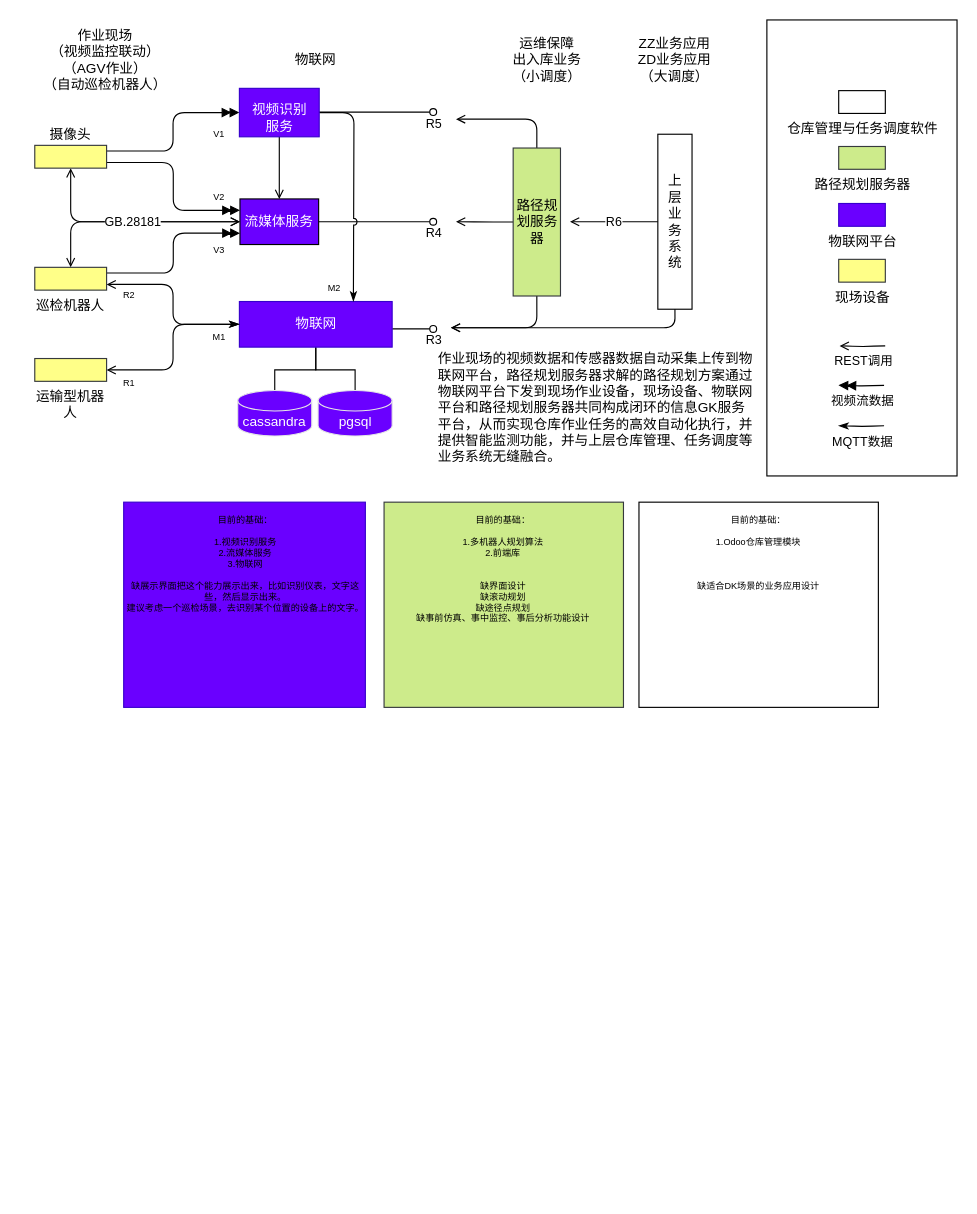
Above: docs/architecture.drawio in lvyv/mptools (draw.io), before the change. Source tidied: cells renumbered, new cells numbered last; positions are measured from the earlier drawing's top-left corner, leaving out a move shared by most shapes. Both pictures are drawn from the tidied source at 114%, with x=0, y=0 at pixel (34, 19).
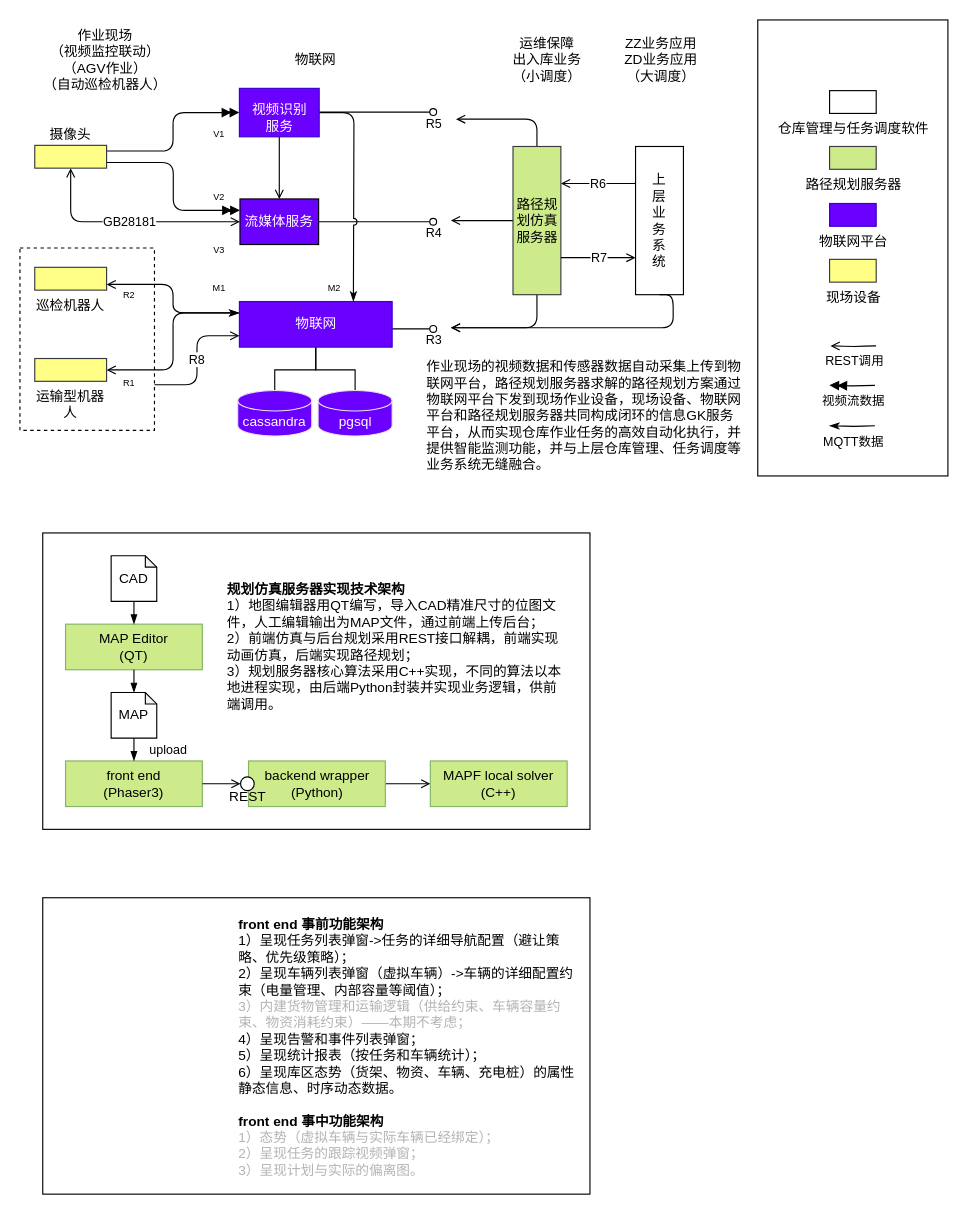
The same page after the edit.

Commit message:
架构图更新。

Unchanged cells that the change refers to:
```xml
<mxCell id="9" value="物联网" style="rounded=0;whiteSpace=wrap;html=1;align=center;fillColor=#6a00ff;strokeColor=#3700CC;fontColor=#ffffff;" parent="1" vertex="1">
  <mxGeometry x="179.5" y="247" width="134" height="40" as="geometry" />
</mxCell>
<mxCell id="12" value="流媒体服务" style="rounded=0;whiteSpace=wrap;html=1;fontColor=#FFFFFF;fillColor=#6a00ff;" parent="1" vertex="1">
  <mxGeometry x="180" y="157" width="69" height="40" as="geometry" />
</mxCell>
<mxCell id="42" value="巡检机器人" style="rounded=0;whiteSpace=wrap;html=1;shadow=0;labelBackgroundColor=#ffffff;fillColor=#ffff88;labelPosition=center;verticalLabelPosition=bottom;align=center;verticalAlign=top;strokeColor=#36393d;" parent="41" vertex="1">
  <mxGeometry y="107" width="63" height="20" as="geometry" />
</mxCell>
<mxCell id="43" value="运输型机器人" style="rounded=0;whiteSpace=wrap;html=1;shadow=0;labelBackgroundColor=#ffffff;fillColor=#ffff88;labelPosition=center;verticalLabelPosition=bottom;align=center;verticalAlign=top;strokeColor=#36393d;" parent="41" vertex="1">
  <mxGeometry y="187" width="63" height="20" as="geometry" />
</mxCell>
<mxCell id="44" value="摄像头" style="rounded=0;whiteSpace=wrap;html=1;shadow=0;labelBackgroundColor=#ffffff;fillColor=#ffff88;labelPosition=center;verticalLabelPosition=top;align=center;verticalAlign=bottom;strokeColor=#36393d;horizontal=1;" parent="41" vertex="1">
  <mxGeometry width="63" height="20" as="geometry" />
</mxCell>
```

Diff of the diagram source:
```diff
@@
-    <mxCell id="2" style="rounded=0;html=1;shadow=0;labelBackgroundColor=#ffffff;fillColor=#cdeb8b;strokeColor=#36393d;labelPosition=center;verticalLabelPosition=bottom;align=center;verticalAlign=bottom;" parent="1" vertex="1">
-      <mxGeometry x="306.4" y="423" width="210" height="180" as="geometry" />
-    </mxCell>
-    <mxCell id="3" style="rounded=0;html=1;shadow=0;labelBackgroundColor=#ffffff;fillColor=#6a00ff;labelPosition=center;verticalLabelPosition=bottom;align=center;verticalAlign=bottom;strokeColor=#3700CC;fontColor=#000000;" parent="1" vertex="1">
-      <mxGeometry x="78" y="423" width="212" height="180" as="geometry" />
-    </mxCell>
+    <mxCell id="58" style="rounded=0;whiteSpace=wrap;html=1;fillColor=none;" parent="1" vertex="1">
+      <mxGeometry x="7" y="450" width="480" height="260" as="geometry" />
+    </mxCell>
     <mxCell id="4" style="rounded=0;whiteSpace=wrap;html=1;" parent="1" vertex="1">
-      <mxGeometry x="642.2" width="166.8" height="400" as="geometry" />
+      <mxGeometry x="634.2" width="166.8" height="400" as="geometry" />
     </mxCell>
-    <mxCell id="5" style="edgeStyle=orthogonalEdgeStyle;rounded=1;jettySize=auto;html=1;entryX=0;entryY=0.5;entryDx=0;entryDy=0;fontColor=#000000;startArrow=open;startFill=0;endArrow=classicThin;endFill=1;exitX=1;exitY=0.75;exitDx=0;exitDy=0;" parent="1" edge="1" source="42" target="9">
+    <mxCell id="5" style="edgeStyle=orthogonalEdgeStyle;rounded=1;jettySize=auto;html=1;entryX=0;entryY=0.25;entryDx=0;entryDy=0;fontColor=#000000;startArrow=open;startFill=0;endArrow=classicThin;endFill=1;exitX=1;exitY=0.75;exitDx=0;exitDy=0;" parent="1" edge="1" source="42" target="9">
       <mxGeometry relative="1" as="geometry" />
     </mxCell>
@@
-    <mxCell id="10" style="edgeStyle=orthogonalEdgeStyle;rounded=1;jettySize=auto;html=1;entryX=0;entryY=0.5;entryDx=0;entryDy=0;fontColor=#000000;startArrow=open;startFill=0;endArrow=classicThin;endFill=1;exitX=1;exitY=0.5;exitDx=0;exitDy=0;" parent="1" edge="1" source="43" target="9">
+    <mxCell id="10" style="edgeStyle=orthogonalEdgeStyle;rounded=1;jettySize=auto;html=1;entryX=0;entryY=0.25;entryDx=0;entryDy=0;fontColor=#000000;startArrow=open;startFill=0;endArrow=classicThin;endFill=1;exitX=1;exitY=0.5;exitDx=0;exitDy=0;" parent="1" edge="1" source="43" target="9">
       <mxGeometry relative="1" as="geometry" />
     </mxCell>
@@
-    <mxCell id="13" style="edgeStyle=orthogonalEdgeStyle;rounded=1;jumpStyle=arc;jettySize=auto;html=1;startArrow=open;startFill=0;endArrow=open;endFill=0;exitX=0.5;exitY=1;exitDx=0;exitDy=0;entryX=0;entryY=0.5;entryDx=0;entryDy=0;" parent="1" edge="1" source="44" target="12">
+    <mxCell id="13" value="GB28181" style="edgeStyle=orthogonalEdgeStyle;rounded=1;jumpStyle=arc;jettySize=auto;html=1;startArrow=open;startFill=0;endArrow=open;endFill=0;exitX=0.5;exitY=1;exitDx=0;exitDy=0;entryX=0;entryY=0.5;entryDx=0;entryDy=0;" parent="1" edge="1" source="44" target="12">
       <mxGeometry relative="1" as="geometry" />
     </mxCell>
@@
-    <mxCell id="17" value="GB.28181" style="edgeStyle=orthogonalEdgeStyle;rounded=1;jumpStyle=arc;jettySize=auto;html=1;startArrow=open;startFill=0;endArrow=open;endFill=0;exitX=0.5;exitY=0;exitDx=0;exitDy=0;entryX=0;entryY=0.5;entryDx=0;entryDy=0;" parent="1" edge="1" source="42" target="12">
-      <mxGeometry relative="1" as="geometry" />
-    </mxCell>
@@
-    <mxCell id="20" style="edgeStyle=orthogonalEdgeStyle;rounded=1;jettySize=auto;html=1;fontColor=#000000;startArrow=none;startFill=0;endArrow=open;endFill=0;exitX=0.5;exitY=1;exitDx=0;exitDy=0;" parent="1" edge="1" source="40">
-      <mxGeometry relative="1" as="geometry">
-        <mxPoint x="369.5" y="177" as="targetPoint" />
-      </mxGeometry>
-    </mxCell>
@@
     <mxCell id="23" value="上&lt;br&gt;层&lt;br&gt;业&lt;br&gt;务&lt;br&gt;系&lt;br&gt;统" style="rounded=0;whiteSpace=wrap;html=1;shadow=0;labelBackgroundColor=none;labelPosition=center;verticalLabelPosition=middle;align=center;verticalAlign=middle;horizontal=0;rotation=90;" parent="1" vertex="1">
-      <mxGeometry x="484.8" y="162" width="153.5" height="30" as="geometry" />
+      <mxGeometry x="483" y="155" width="130" height="42" as="geometry" />
     </mxCell>
-    <mxCell id="24" value="R6" style="edgeStyle=orthogonalEdgeStyle;rounded=1;jettySize=auto;html=1;fontColor=#000000;startArrow=none;startFill=0;endArrow=open;endFill=0;exitX=0.5;exitY=1;exitDx=0;exitDy=0;entryX=1;entryY=0.5;entryDx=0;entryDy=0;" parent="1" edge="1" source="23">
-      <mxGeometry relative="1" as="geometry">
-        <mxPoint x="469.5" y="177" as="targetPoint" />
-      </mxGeometry>
+    <mxCell id="24" value="R6" style="edgeStyle=orthogonalEdgeStyle;rounded=1;jettySize=auto;html=1;fontColor=#000000;startArrow=none;startFill=0;endArrow=open;endFill=0;exitX=0.25;exitY=1;exitDx=0;exitDy=0;entryX=0.25;entryY=0;entryDx=0;entryDy=0;" parent="1" edge="1" source="23" target="40">
+      <mxGeometry relative="1" as="geometry" />
     </mxCell>
     <mxCell id="25" value="REST调用" style="edgeStyle=orthogonalEdgeStyle;rounded=1;orthogonalLoop=1;jettySize=auto;html=1;fontColor=#000000;startArrow=none;startFill=0;endArrow=open;endFill=0;exitX=0;exitY=0.5;exitDx=0;exitDy=0;entryX=1;entryY=0.5;entryDx=0;entryDy=0;verticalAlign=top;labelBackgroundColor=none;labelPosition=center;verticalLabelPosition=bottom;align=center;" parent="1" edge="1">
       <mxGeometry relative="1" as="geometry">
-        <mxPoint x="746" y="285.9" as="sourcePoint" />
-        <mxPoint x="706" y="285.9" as="targetPoint" />
+        <mxPoint x="738" y="285.9" as="sourcePoint" />
+        <mxPoint x="698" y="285.9" as="targetPoint" />
       </mxGeometry>
     </mxCell>
     <mxCell id="26" value="MQTT数据" style="edgeStyle=orthogonalEdgeStyle;rounded=1;orthogonalLoop=1;jettySize=auto;html=1;fontColor=#000000;startArrow=none;startFill=0;endArrow=classicThin;endFill=1;exitX=0;exitY=0.5;exitDx=0;exitDy=0;entryX=1;entryY=0.5;entryDx=0;entryDy=0;verticalAlign=top;labelBackgroundColor=none;labelPosition=center;verticalLabelPosition=bottom;align=center;" parent="1" edge="1">
       <mxGeometry relative="1" as="geometry">
-        <mxPoint x="745" y="356" as="sourcePoint" />
-        <mxPoint x="705" y="356" as="targetPoint" />
+        <mxPoint x="737" y="356" as="sourcePoint" />
+        <mxPoint x="697" y="356" as="targetPoint" />
       </mxGeometry>
     </mxCell>
-    <mxCell id="27" style="edgeStyle=orthogonalEdgeStyle;rounded=1;jumpStyle=arc;jettySize=auto;html=1;startArrow=none;startFill=0;endArrow=doubleBlock;endFill=1;exitX=1;exitY=0.25;exitDx=0;exitDy=0;entryX=0;entryY=0.75;entryDx=0;entryDy=0;" parent="1" edge="1" source="42" target="12">
-      <mxGeometry relative="1" as="geometry" />
-    </mxCell>
     <mxCell id="28" value="视频流数据" style="edgeStyle=orthogonalEdgeStyle;rounded=1;orthogonalLoop=1;jettySize=auto;html=1;fontColor=#000000;startArrow=none;startFill=0;endArrow=doubleBlock;endFill=1;exitX=0;exitY=0.5;exitDx=0;exitDy=0;entryX=1;entryY=0.5;entryDx=0;entryDy=0;verticalAlign=top;labelBackgroundColor=none;labelPosition=center;verticalLabelPosition=bottom;align=center;" parent="1" edge="1">
       <mxGeometry relative="1" as="geometry">
-        <mxPoint x="745" y="320.5" as="sourcePoint" />
-        <mxPoint x="705" y="320.5" as="targetPoint" />
+        <mxPoint x="737" y="320.5" as="sourcePoint" />
+        <mxPoint x="697" y="320.5" as="targetPoint" />
       </mxGeometry>
     </mxCell>
     <mxCell id="29" value="M1" style="text;html=1;strokeColor=none;fillColor=none;align=center;verticalAlign=middle;whiteSpace=wrap;rounded=0;labelBackgroundColor=none;fontColor=#000000;fontSize=8;" parent="1" vertex="1">
-      <mxGeometry x="132" y="263" width="60" height="30" as="geometry" />
+      <mxGeometry x="132" y="220" width="60" height="30" as="geometry" />
     </mxCell>
@@
     <mxCell id="36" value="ZZ业务应用&lt;br&gt;ZD业务应用&lt;br&gt;（大调度）" style="text;html=1;strokeColor=none;fillColor=none;align=center;verticalAlign=middle;whiteSpace=wrap;rounded=0;" parent="1" vertex="1">
-      <mxGeometry x="511.2" y="20" width="100.5" height="30" as="geometry" />
+      <mxGeometry x="499.2" y="20" width="100.5" height="30" as="geometry" />
     </mxCell>
@@
+    <mxCell id="59" style="edgeStyle=orthogonalEdgeStyle;rounded=0;jettySize=auto;html=1;endArrow=open;endFill=0;" parent="1" edge="1" source="40">
+      <mxGeometry relative="1" as="geometry">
+        <mxPoint x="365" y="176" as="targetPoint" />
+      </mxGeometry>
+    </mxCell>
-    <mxCell id="40" value="路径规划服务器" style="rounded=0;whiteSpace=wrap;html=1;shadow=0;labelBackgroundColor=none;fillColor=#cdeb8b;strokeColor=#36393d;labelPosition=center;verticalLabelPosition=middle;align=center;verticalAlign=middle;horizontal=0;rotation=90;" parent="1" vertex="1">
-      <mxGeometry x="375.5" y="156.5" width="129.8" height="41.5" as="geometry" />
+    <mxCell id="40" value="路径规划仿真服务器" style="rounded=0;whiteSpace=wrap;html=1;shadow=0;labelBackgroundColor=none;fillColor=#cdeb8b;strokeColor=#36393d;labelPosition=center;verticalLabelPosition=middle;align=center;verticalAlign=middle;horizontal=0;rotation=90;" parent="1" vertex="1">
+      <mxGeometry x="375.5" y="155" width="130" height="42" as="geometry" />
     </mxCell>
@@
     <mxCell id="46" value="物联网平台" style="rounded=0;html=1;shadow=0;labelBackgroundColor=#ffffff;fillColor=#6a00ff;labelPosition=center;verticalLabelPosition=bottom;align=center;verticalAlign=top;strokeColor=#3700CC;fontColor=#000000;" parent="1" vertex="1">
-      <mxGeometry x="705.2" y="161" width="40.9" height="20" as="geometry" />
+      <mxGeometry x="697.2" y="161" width="40.9" height="20" as="geometry" />
     </mxCell>
     <mxCell id="47" value="路径规划服务器" style="rounded=0;html=1;shadow=0;labelBackgroundColor=#ffffff;fillColor=#cdeb8b;strokeColor=#36393d;labelPosition=center;verticalLabelPosition=bottom;align=center;verticalAlign=top;" parent="1" vertex="1">
-      <mxGeometry x="705.2" y="111" width="40.9" height="20" as="geometry" />
+      <mxGeometry x="697.2" y="111" width="40.9" height="20" as="geometry" />
     </mxCell>
     <mxCell id="48" value="仓库管理与任务调度软件" style="rounded=0;html=1;shadow=0;labelBackgroundColor=#ffffff;labelPosition=center;verticalLabelPosition=bottom;align=center;verticalAlign=top;" parent="1" vertex="1">
-      <mxGeometry x="705.2" y="62" width="40.9" height="20" as="geometry" />
+      <mxGeometry x="697.2" y="62" width="40.9" height="20" as="geometry" />
     </mxCell>
     <mxCell id="49" value="&lt;font color=&quot;#000000&quot;&gt;现场设备&lt;/font&gt;" style="rounded=0;html=1;shadow=0;labelBackgroundColor=#ffffff;fillColor=#ffff88;labelPosition=center;verticalLabelPosition=bottom;align=center;verticalAlign=top;strokeColor=#36393d;" parent="1" vertex="1">
-      <mxGeometry x="705.2" y="210" width="40.9" height="20" as="geometry" />
+      <mxGeometry x="697.2" y="210" width="40.9" height="20" as="geometry" />
     </mxCell>
     <mxCell id="50" value="作业现场的视频数据和传感器数据自动采集上传到物联网平台，路径规划服务器求解的路径规划方案通过物联网平台下发到现场作业设备，现场设备、物联网平台和路径规划服务器共同构成闭环的信息GK服务平台，从而实现仓库作业任务的高效自动化执行，并提供智能监测功能，并与上层仓库管理、任务调度等业务系统无缝融合。" style="text;html=1;strokeColor=none;fillColor=none;align=left;verticalAlign=middle;whiteSpace=wrap;rounded=0;" parent="1" vertex="1">
-      <mxGeometry x="352" y="310" width="283" height="60" as="geometry" />
+      <mxGeometry x="342" y="317" width="283" height="60" as="geometry" />
     </mxCell>
@@
-    <mxCell id="53" value="目前的基础：&lt;br style=&quot;border-color: var(--border-color); font-size: 8px;&quot;&gt;&lt;br style=&quot;border-color: var(--border-color); font-size: 8px;&quot;&gt;&lt;span style=&quot;font-size: 8px;&quot;&gt;1.视频识别服务&lt;/span&gt;&lt;br style=&quot;border-color: var(--border-color); font-size: 8px;&quot;&gt;&lt;span style=&quot;font-size: 8px;&quot;&gt;2.流媒体服务&lt;/span&gt;&lt;br style=&quot;border-color: var(--border-color); font-size: 8px;&quot;&gt;&lt;span style=&quot;font-size: 8px;&quot;&gt;3.物联网&lt;/span&gt;&lt;br style=&quot;border-color: var(--border-color); font-size: 8px;&quot;&gt;&lt;br style=&quot;border-color: var(--border-color); font-size: 8px;&quot;&gt;&lt;span style=&quot;font-size: 8px;&quot;&gt;缺展示界面把这个能力展示出来，比如识别仪表，文字这些，然后显示出来。&lt;/span&gt;&lt;br style=&quot;border-color: var(--border-color); font-size: 8px;&quot;&gt;&lt;span style=&quot;font-size: 8px;&quot;&gt;建议考虑一个巡检场景，去识别某个位置的设备上的文字。&lt;/span&gt;" style="text;html=1;strokeColor=none;fillColor=none;align=center;verticalAlign=top;whiteSpace=wrap;rounded=0;fontColor=#000000;fontSize=8;" parent="1" vertex="1">
-      <mxGeometry x="80" y="428" width="210" height="150" as="geometry" />
-    </mxCell>
-    <mxCell id="54" value="目前的基础：&lt;br style=&quot;border-color: var(--border-color); font-size: 8px;&quot;&gt;&lt;br style=&quot;border-color: var(--border-color); font-size: 8px;&quot;&gt;&lt;span style=&quot;font-size: 8px;&quot;&gt;1.多机器人规划算法&lt;/span&gt;&lt;br style=&quot;border-color: var(--border-color); font-size: 8px;&quot;&gt;&lt;span style=&quot;font-size: 8px;&quot;&gt;2.前端库&lt;/span&gt;&lt;br style=&quot;border-color: var(--border-color); font-size: 8px;&quot;&gt;&lt;br style=&quot;border-color: var(--border-color); font-size: 8px;&quot;&gt;&lt;br style=&quot;border-color: var(--border-color); font-size: 8px;&quot;&gt;&lt;span style=&quot;font-size: 8px;&quot;&gt;缺界面设计&lt;br style=&quot;font-size: 8px;&quot;&gt;缺滚动规划&lt;br style=&quot;font-size: 8px;&quot;&gt;缺途径点规划&lt;br style=&quot;font-size: 8px;&quot;&gt;缺事前仿真、事中监控、事后分析功能设计&lt;br style=&quot;font-size: 8px;&quot;&gt;&lt;/span&gt;" style="text;html=1;strokeColor=none;fillColor=none;align=center;verticalAlign=top;whiteSpace=wrap;rounded=0;fontColor=#000000;fontSize=8;" parent="1" vertex="1">
-      <mxGeometry x="306.4" y="428" width="210" height="150" as="geometry" />
-    </mxCell>
     <mxCell id="55" style="edgeStyle=orthogonalEdgeStyle;rounded=1;jettySize=auto;html=1;fontColor=#000000;startArrow=none;startFill=0;endArrow=open;endFill=0;exitX=1;exitY=0.5;exitDx=0;exitDy=0;" parent="1" edge="1" source="23">
       <mxGeometry relative="1" as="geometry">
         <mxPoint x="365" y="270" as="targetPoint" />
         <Array as="points">
-          <mxPoint x="562" y="270" />
-          <mxPoint x="365" y="270" />
+          <mxPoint x="560" y="270" />
         </Array>
       </mxGeometry>
     </mxCell>
-    <mxCell id="56" style="rounded=0;html=1;shadow=0;labelBackgroundColor=#ffffff;labelPosition=center;verticalLabelPosition=bottom;align=center;verticalAlign=bottom;" parent="1" vertex="1">
-      <mxGeometry x="530" y="423" width="210" height="180" as="geometry" />
-    </mxCell>
-    <mxCell id="57" value="目前的基础：&lt;br style=&quot;border-color: var(--border-color); font-size: 8px;&quot;&gt;&lt;br style=&quot;border-color: var(--border-color); font-size: 8px;&quot;&gt;&lt;span style=&quot;font-size: 8px;&quot;&gt;1.Odoo仓库管理模块&lt;br&gt;&lt;/span&gt;&lt;span style=&quot;font-size: 8px;&quot;&gt;&lt;br&gt;&lt;br&gt;&lt;br&gt;缺适合DK场景的业务应用设计&lt;br style=&quot;font-size: 8px;&quot;&gt;&lt;/span&gt;" style="text;html=1;strokeColor=none;fillColor=none;align=center;verticalAlign=top;whiteSpace=wrap;rounded=0;fontColor=#000000;fontSize=8;" parent="1" vertex="1">
-      <mxGeometry x="530" y="428" width="210" height="150" as="geometry" />
-    </mxCell>
+    <mxCell id="60" value="front end&lt;br&gt;(Phaser3)" style="rounded=0;whiteSpace=wrap;html=1;fillColor=#cdeb8b;strokeColor=#82b366;" parent="1" vertex="1">
+      <mxGeometry x="27" y="650" width="120" height="40" as="geometry" />
+    </mxCell>
+    <mxCell id="61" style="edgeStyle=orthogonalEdgeStyle;rounded=0;jettySize=auto;html=1;endArrow=open;endFill=0;" parent="1" edge="1" source="62" target="63">
+      <mxGeometry relative="1" as="geometry" />
+    </mxCell>
+    <mxCell id="62" value="backend wrapper&lt;br&gt;(Python)" style="rounded=0;whiteSpace=wrap;html=1;fillColor=#cdeb8b;strokeColor=#82b366;" parent="1" vertex="1">
+      <mxGeometry x="187.5" y="650" width="120" height="40" as="geometry" />
+    </mxCell>
+    <mxCell id="63" value="MAPF local solver&lt;br&gt;(C++)" style="rounded=0;whiteSpace=wrap;html=1;fillColor=#cdeb8b;strokeColor=#82b366;" parent="1" vertex="1">
+      <mxGeometry x="347" y="650" width="120" height="40" as="geometry" />
+    </mxCell>
+    <mxCell id="64" value="MAP Editor&lt;br&gt;(QT)" style="rounded=0;whiteSpace=wrap;html=1;fillColor=#cdeb8b;strokeColor=#82b366;" parent="1" vertex="1">
+      <mxGeometry x="27" y="530" width="120" height="40" as="geometry" />
+    </mxCell>
+    <mxCell id="65" style="rounded=0;jettySize=auto;html=1;endArrow=none;startArrow=open;startFill=0;exitX=0;exitY=0.5;exitDx=0;exitDy=0;entryX=1;entryY=0.5;entryDx=0;entryDy=0;" parent="1" edge="1" source="66" target="60">
+      <mxGeometry relative="1" as="geometry" />
+    </mxCell>
+    <mxCell id="66" style="ellipse;whiteSpace=wrap;html=1;" parent="1" vertex="1">
+      <mxGeometry x="180.5" y="664" width="12" height="12" as="geometry" />
+    </mxCell>
+    <mxCell id="67" value="REST" style="text;html=1;strokeColor=none;fillColor=none;align=center;verticalAlign=middle;whiteSpace=wrap;rounded=0;" parent="1" vertex="1">
+      <mxGeometry x="156.5" y="667" width="60" height="30" as="geometry" />
+    </mxCell>
+    <mxCell id="68" value="MAP" style="shape=note;whiteSpace=wrap;html=1;backgroundOutline=1;darkOpacity=0.05;size=10;" parent="1" vertex="1">
+      <mxGeometry x="67" y="590" width="40" height="40" as="geometry" />
+    </mxCell>
+    <mxCell id="69" style="rounded=0;jettySize=auto;html=1;endArrow=none;startArrow=blockThin;startFill=1;entryX=0.5;entryY=1;entryDx=0;entryDy=0;" parent="1" edge="1" source="68" target="64">
+      <mxGeometry relative="1" as="geometry" />
+    </mxCell>
+    <mxCell id="70" style="edgeStyle=none;rounded=0;jettySize=auto;html=1;startArrow=none;startFill=0;endArrow=blockThin;endFill=1;" parent="1" edge="1" source="71" target="64">
+      <mxGeometry relative="1" as="geometry" />
+    </mxCell>
+    <mxCell id="71" value="CAD" style="shape=note;whiteSpace=wrap;html=1;backgroundOutline=1;darkOpacity=0.05;size=10;" parent="1" vertex="1">
+      <mxGeometry x="67" y="470" width="40" height="40" as="geometry" />
+    </mxCell>
+    <mxCell id="72" value="upload" style="rounded=0;jettySize=auto;html=1;endArrow=none;startArrow=blockThin;startFill=1;entryX=0.5;entryY=1;entryDx=0;entryDy=0;exitX=0.5;exitY=0;exitDx=0;exitDy=0;entryPerimeter=0;" parent="1" edge="1" source="60" target="68">
+      <mxGeometry y="-30" relative="1" as="geometry" />
+    </mxCell>
+    <mxCell id="73" value="&lt;b&gt;规划仿真服务器实现技术架构&lt;/b&gt;&lt;br&gt;1）地图编辑器用QT编写，导入CAD精准尺寸的位图文件，人工编辑输出为MAP文件，通过前端上传后台；&lt;br&gt;2）前端仿真与后台规划采用REST接口解耦，前端实现动画仿真，后端实现路径规划；&lt;br&gt;3）规划服务器核心算法采用C++实现，不同的算法以本地进程实现，由后端Python封装并实现业务逻辑，供前端调用。" style="text;html=1;strokeColor=none;fillColor=none;align=left;verticalAlign=middle;whiteSpace=wrap;rounded=0;" parent="1" vertex="1">
+      <mxGeometry x="167" y="520" width="300" height="60" as="geometry" />
+    </mxCell>
+    <mxCell id="74" style="rounded=0;whiteSpace=wrap;html=1;fillColor=none;" parent="1" vertex="1">
+      <mxGeometry x="7" y="770" width="480" height="260" as="geometry" />
+    </mxCell>
+    <mxCell id="75" value="&lt;b&gt;front end 事前功能架构&lt;/b&gt;&lt;br&gt;1）呈现任务列表弹窗-&amp;gt;任务的详细导航配置（避让策略、优先级策略）；&lt;br&gt;2）呈现车辆列表弹窗（虚拟车辆）-&amp;gt;车辆的详细配置约束（电量管理、内部容量等阈值）；&lt;br&gt;&lt;font color=&quot;#b3b3b3&quot;&gt;3）内建货物管理和运输逻辑（供给约束、车辆容量约束、物资消耗约束）——本期不考虑；&lt;/font&gt;&lt;br&gt;4）呈现告警和事件列表弹窗；&lt;br&gt;5）呈现统计报表（按任务和车辆统计）；&lt;br&gt;6）呈现库区态势（货架、物资、车辆、充电桩）的属性静态信息、时序动态数据。&lt;br&gt;&lt;br&gt;&lt;b&gt;front end 事中功能架构&lt;/b&gt;&lt;br&gt;&lt;font color=&quot;#b3b3b3&quot;&gt;1）态势（虚拟车辆与实际车辆已经绑定）；&lt;br&gt;2）呈现任务的跟踪视频弹窗；&lt;br&gt;3）呈现计划与实际的偏离图。&lt;/font&gt;" style="text;html=1;strokeColor=none;fillColor=none;align=left;verticalAlign=top;whiteSpace=wrap;rounded=0;" parent="1" vertex="1">
+      <mxGeometry x="177" y="780" width="300" height="240" as="geometry" />
+    </mxCell>
+    <mxCell id="76" value="R7" style="edgeStyle=orthogonalEdgeStyle;rounded=1;jettySize=auto;html=1;fontColor=#000000;startArrow=none;startFill=0;endArrow=open;endFill=0;exitX=0.75;exitY=0;exitDx=0;exitDy=0;entryX=0.75;entryY=1;entryDx=0;entryDy=0;" parent="1" edge="1" source="40" target="23">
+      <mxGeometry relative="1" as="geometry" />
+    </mxCell>
+    <mxCell id="77" style="rounded=0;whiteSpace=wrap;html=1;fillColor=none;dashed=1;" parent="1" vertex="1">
+      <mxGeometry x="-13" y="200" width="118" height="160" as="geometry" />
+    </mxCell>
+    <mxCell id="78" value="R8" style="edgeStyle=orthogonalEdgeStyle;rounded=1;jettySize=auto;html=1;fontColor=#000000;startArrow=none;startFill=0;endArrow=open;endFill=0;exitX=1;exitY=0.75;exitDx=0;exitDy=0;entryX=0;entryY=0.75;entryDx=0;entryDy=0;" parent="1" edge="1" source="77" target="9">
+      <mxGeometry relative="1" as="geometry" />
+    </mxCell>
```
